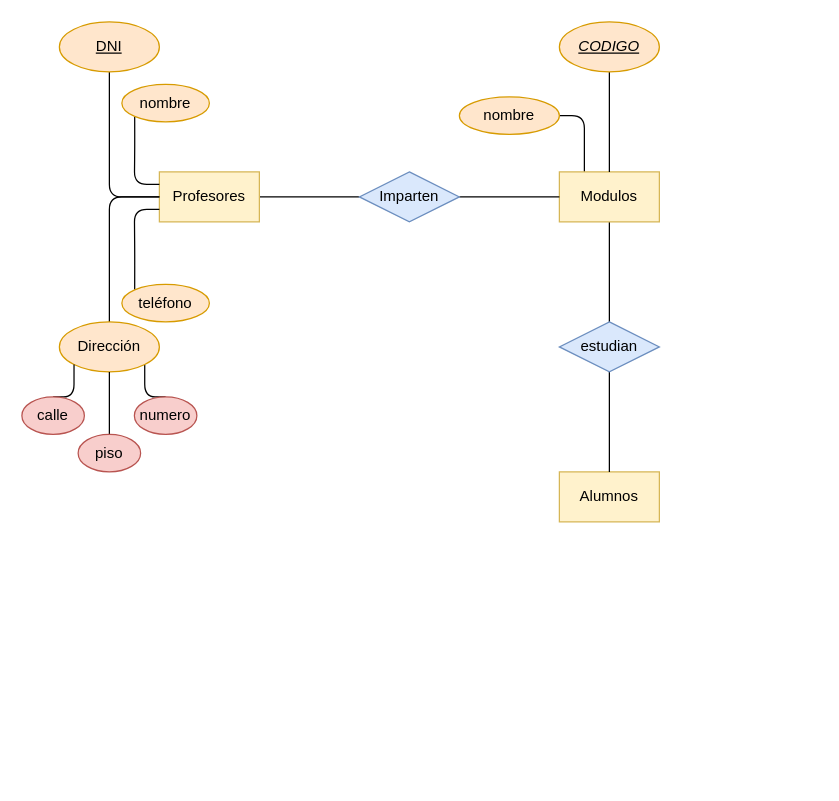
Earlier version of the draw.io diagram Unidad-1/Tareas/Diagrama sin título.drawio (toninavhd/Base-datos). Source tidied: cells renumbered, new cells numbered last; positions are measured from the earlier drawing's top-left corner, leaving out a move shared by most shapes. Both pictures are drawn from the tidied source at 125%, with x=0, y=0 at pixel (21, 21).
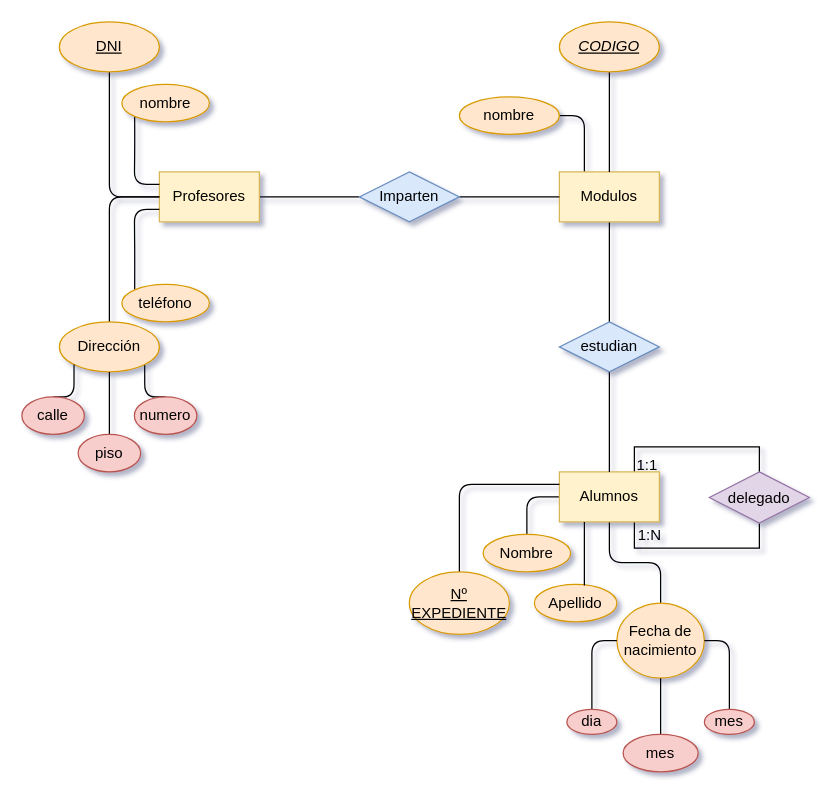
Above is the later version.

Unchanged cells that the change refers to:
```xml
<mxCell id="2" value="Alumnos" style="rounded=0;whiteSpace=wrap;html=1;fillColor=#fff2cc;strokeColor=#d6b656;" parent="1" vertex="1">
  <mxGeometry x="430" y="360" width="80" height="40" as="geometry" />
</mxCell>
```

The edit, as a diff of the source:
```diff
@@
-<mxGraphModel>
+<mxGraphModel shadow="1">
@@
+    <mxCell id="29" style="edgeStyle=orthogonalEdgeStyle;rounded=1;jettySize=auto;html=1;exitX=0;exitY=0.5;exitDx=0;exitDy=0;entryX=0.5;entryY=0;entryDx=0;entryDy=0;endArrow=none;endFill=0;" parent="1" edge="1" source="2" target="35">
+      <mxGeometry relative="1" as="geometry" />
+    </mxCell>
+    <mxCell id="30" style="edgeStyle=orthogonalEdgeStyle;rounded=1;jettySize=auto;html=1;exitX=0.5;exitY=1;exitDx=0;exitDy=0;entryX=0.5;entryY=0;entryDx=0;entryDy=0;endArrow=none;endFill=0;" parent="1" edge="1" source="2" target="38">
+      <mxGeometry relative="1" as="geometry" />
+    </mxCell>
+    <mxCell id="31" style="edgeStyle=orthogonalEdgeStyle;rounded=0;jettySize=auto;html=1;exitX=0.75;exitY=0;exitDx=0;exitDy=0;entryX=0.5;entryY=0;entryDx=0;entryDy=0;endArrow=none;endFill=0;" parent="1" edge="1" source="2" target="45">
+      <mxGeometry relative="1" as="geometry" />
+    </mxCell>
+    <mxCell id="32" style="edgeStyle=orthogonalEdgeStyle;rounded=0;jettySize=auto;html=1;exitX=0.75;exitY=1;exitDx=0;exitDy=0;entryX=0.5;entryY=1;entryDx=0;entryDy=0;endArrow=none;endFill=0;" parent="1" edge="1" source="2" target="45">
+      <mxGeometry relative="1" as="geometry" />
+    </mxCell>
@@
+    <mxCell id="33" style="edgeStyle=orthogonalEdgeStyle;rounded=1;jettySize=auto;html=1;exitX=0.5;exitY=0;exitDx=0;exitDy=0;entryX=0;entryY=0.25;entryDx=0;entryDy=0;endArrow=none;endFill=0;" parent="1" edge="1" source="34" target="2">
+      <mxGeometry relative="1" as="geometry" />
+    </mxCell>
+    <mxCell id="34" value="&lt;u&gt;Nº EXPEDIENTE&lt;/u&gt;" style="ellipse;whiteSpace=wrap;html=1;fillColor=#ffe6cc;strokeColor=#d79b00;" parent="1" vertex="1">
+      <mxGeometry x="310" y="440" width="80" height="50" as="geometry" />
+    </mxCell>
+    <mxCell id="35" value="Nombre" style="ellipse;whiteSpace=wrap;html=1;fillColor=#ffe6cc;strokeColor=#d79b00;" parent="1" vertex="1">
+      <mxGeometry x="369" y="410" width="70" height="30" as="geometry" />
+    </mxCell>
+    <mxCell id="36" value="Apellido" style="ellipse;whiteSpace=wrap;html=1;fillColor=#ffe6cc;strokeColor=#d79b00;" parent="1" vertex="1">
+      <mxGeometry x="410" y="450" width="66" height="30" as="geometry" />
+    </mxCell>
+    <mxCell id="37" style="edgeStyle=orthogonalEdgeStyle;rounded=1;jettySize=auto;html=1;exitX=0.25;exitY=1;exitDx=0;exitDy=0;entryX=0.606;entryY=0.033;entryDx=0;entryDy=0;entryPerimeter=0;endArrow=none;endFill=0;" parent="1" edge="1" source="2" target="36">
+      <mxGeometry relative="1" as="geometry" />
+    </mxCell>
+    <mxCell id="38" value="&lt;div&gt;Fecha de nacimiento&lt;/div&gt;" style="ellipse;whiteSpace=wrap;html=1;fillColor=#ffe6cc;strokeColor=#d79b00;" parent="1" vertex="1">
+      <mxGeometry x="476" y="465" width="70" height="60" as="geometry" />
+    </mxCell>
+    <mxCell id="39" style="edgeStyle=orthogonalEdgeStyle;rounded=1;jettySize=auto;html=1;exitX=0.5;exitY=0;exitDx=0;exitDy=0;entryX=0;entryY=0.5;entryDx=0;entryDy=0;endArrow=none;endFill=0;" parent="1" edge="1" source="40" target="38">
+      <mxGeometry relative="1" as="geometry" />
+    </mxCell>
+    <mxCell id="40" value="dia" style="ellipse;whiteSpace=wrap;html=1;fillColor=#f8cecc;strokeColor=#b85450;" parent="1" vertex="1">
+      <mxGeometry x="436" y="550" width="40" height="20" as="geometry" />
+    </mxCell>
+    <mxCell id="41" style="edgeStyle=orthogonalEdgeStyle;rounded=0;jettySize=auto;html=1;exitX=0.5;exitY=0;exitDx=0;exitDy=0;entryX=0.5;entryY=1;entryDx=0;entryDy=0;endArrow=none;endFill=0;" parent="1" edge="1" source="42" target="38">
+      <mxGeometry relative="1" as="geometry" />
+    </mxCell>
+    <mxCell id="42" value="mes" style="ellipse;whiteSpace=wrap;html=1;fillColor=#f8cecc;strokeColor=#b85450;" parent="1" vertex="1">
+      <mxGeometry x="481" y="570" width="60" height="30" as="geometry" />
+    </mxCell>
+    <mxCell id="43" style="edgeStyle=orthogonalEdgeStyle;rounded=1;jettySize=auto;html=1;exitX=0.5;exitY=0;exitDx=0;exitDy=0;entryX=1;entryY=0.5;entryDx=0;entryDy=0;endArrow=none;endFill=0;" parent="1" edge="1" source="44" target="38">
+      <mxGeometry relative="1" as="geometry" />
+    </mxCell>
+    <mxCell id="44" value="mes" style="ellipse;whiteSpace=wrap;html=1;fillColor=#f8cecc;strokeColor=#b85450;" parent="1" vertex="1">
+      <mxGeometry x="546" y="550" width="40" height="20" as="geometry" />
+    </mxCell>
+    <mxCell id="45" value="delegado" style="rhombus;whiteSpace=wrap;html=1;fillColor=#e1d5e7;strokeColor=#9673a6;" parent="1" vertex="1">
+      <mxGeometry x="550" y="360" width="80" height="41" as="geometry" />
+    </mxCell>
+    <mxCell id="46" value="1:1" style="text;html=1;align=center;verticalAlign=middle;strokeColor=none;fillColor=none;" parent="1" vertex="1">
+      <mxGeometry x="480" y="340" width="40" height="30" as="geometry" />
+    </mxCell>
+    <mxCell id="47" value="1:N" style="text;html=1;align=center;verticalAlign=middle;strokeColor=none;fillColor=none;" parent="1" vertex="1">
+      <mxGeometry x="482" y="396" width="40" height="30" as="geometry" />
+    </mxCell>
```
